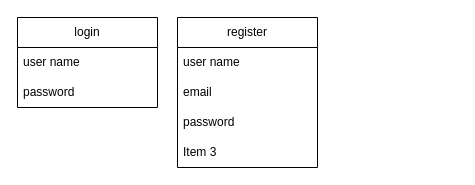
This is base/full-stack-digram.drawio from RwinZakeri/full-stack, a draw.io file, before an edit. Source tidied: cells renumbered, new cells numbered last; positions are measured from the earlier drawing's top-left corner, leaving out a move shared by most shapes. Both pictures are drawn from the tidied source at 100%, with x=0, y=0 at pixel (17, 17).
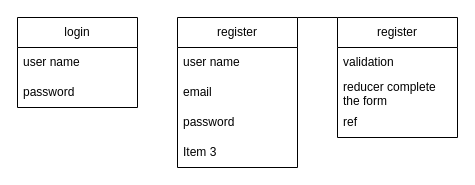
Above is the later version.

Commit message (it also covers changes not shown here):
[addFeature] work on digram and register

Diff of the diagram source:
```diff
@@
 <mxGraphModel>
   <root>
     <mxCell id="0" />
     <mxCell id="1" parent="0" />
     <mxCell id="2" value="login" style="swimlane;fontStyle=0;horizontal=1;startSize=30;whiteSpace=wrap;html=1;" parent="1" vertex="1">
-      <mxGeometry width="140" height="90" as="geometry" />
+      <mxGeometry width="120" height="90" as="geometry" />
     </mxCell>
     <mxCell id="3" value="user name" style="text;strokeColor=none;fillColor=none;align=left;verticalAlign=middle;spacingLeft=4;spacingRight=4;overflow=hidden;whiteSpace=wrap;html=1;" parent="2" vertex="1">
-      <mxGeometry y="30" width="140" height="30" as="geometry" />
+      <mxGeometry y="30" width="120" height="30" as="geometry" />
     </mxCell>
     <mxCell id="4" value="password" style="text;strokeColor=none;fillColor=none;align=left;verticalAlign=middle;spacingLeft=4;spacingRight=4;overflow=hidden;whiteSpace=wrap;html=1;" parent="2" vertex="1">
-      <mxGeometry y="60" width="140" height="30" as="geometry" />
+      <mxGeometry y="60" width="120" height="30" as="geometry" />
     </mxCell>
     <mxCell id="5" value="register" style="swimlane;fontStyle=0;horizontal=1;startSize=30;whiteSpace=wrap;html=1;" parent="1" vertex="1">
-      <mxGeometry x="160" width="140" height="150" as="geometry" />
+      <mxGeometry x="160" width="120" height="150" as="geometry" />
     </mxCell>
     <mxCell id="6" value="user name&amp;nbsp;" style="text;strokeColor=none;fillColor=none;align=left;verticalAlign=middle;spacingLeft=4;spacingRight=4;overflow=hidden;whiteSpace=wrap;html=1;" parent="5" vertex="1">
-      <mxGeometry y="30" width="140" height="30" as="geometry" />
+      <mxGeometry y="30" width="120" height="30" as="geometry" />
     </mxCell>
     <mxCell id="7" value="email&amp;nbsp;" style="text;strokeColor=none;fillColor=none;align=left;verticalAlign=middle;spacingLeft=4;spacingRight=4;overflow=hidden;whiteSpace=wrap;html=1;" parent="5" vertex="1">
-      <mxGeometry y="60" width="140" height="30" as="geometry" />
+      <mxGeometry y="60" width="120" height="30" as="geometry" />
     </mxCell>
     <mxCell id="8" value="password&amp;nbsp;" style="text;strokeColor=none;fillColor=none;align=left;verticalAlign=middle;spacingLeft=4;spacingRight=4;overflow=hidden;whiteSpace=wrap;html=1;" parent="5" vertex="1">
-      <mxGeometry y="90" width="140" height="30" as="geometry" />
+      <mxGeometry y="90" width="120" height="30" as="geometry" />
     </mxCell>
     <mxCell id="9" value="Item 3" style="text;strokeColor=none;fillColor=none;align=left;verticalAlign=middle;spacingLeft=4;spacingRight=4;overflow=hidden;whiteSpace=wrap;html=1;" parent="5" vertex="1">
-      <mxGeometry y="120" width="140" height="30" as="geometry" />
+      <mxGeometry y="120" width="120" height="30" as="geometry" />
     </mxCell>
+    <mxCell id="10" value="register" style="swimlane;fontStyle=0;horizontal=1;startSize=30;whiteSpace=wrap;html=1;" parent="1" vertex="1">
+      <mxGeometry x="320" width="120" height="120" as="geometry" />
+    </mxCell>
+    <mxCell id="11" value="validation" style="text;strokeColor=none;fillColor=none;align=left;verticalAlign=middle;spacingLeft=4;spacingRight=4;overflow=hidden;whiteSpace=wrap;html=1;" parent="10" vertex="1">
+      <mxGeometry y="30" width="120" height="30" as="geometry" />
+    </mxCell>
+    <mxCell id="12" value="reducer complete the form" style="text;strokeColor=none;fillColor=none;align=left;verticalAlign=middle;spacingLeft=4;spacingRight=4;overflow=hidden;whiteSpace=wrap;html=1;" parent="10" vertex="1">
+      <mxGeometry y="60" width="120" height="30" as="geometry" />
+    </mxCell>
+    <mxCell id="13" value="ref&amp;nbsp;" style="text;strokeColor=none;fillColor=none;align=left;verticalAlign=middle;spacingLeft=4;spacingRight=4;overflow=hidden;whiteSpace=wrap;html=1;" parent="10" vertex="1">
+      <mxGeometry y="90" width="120" height="30" as="geometry" />
+    </mxCell>
+    <mxCell id="14" style="endArrow=none;html=1;rounded=0;exitX=1;exitY=0;exitDx=0;exitDy=0;entryX=0;entryY=0;entryDx=0;entryDy=0;" parent="1" edge="1" source="5" target="10">
+      <mxGeometry relative="1" as="geometry" />
+    </mxCell>
   </root>
 </mxGraphModel>
```
